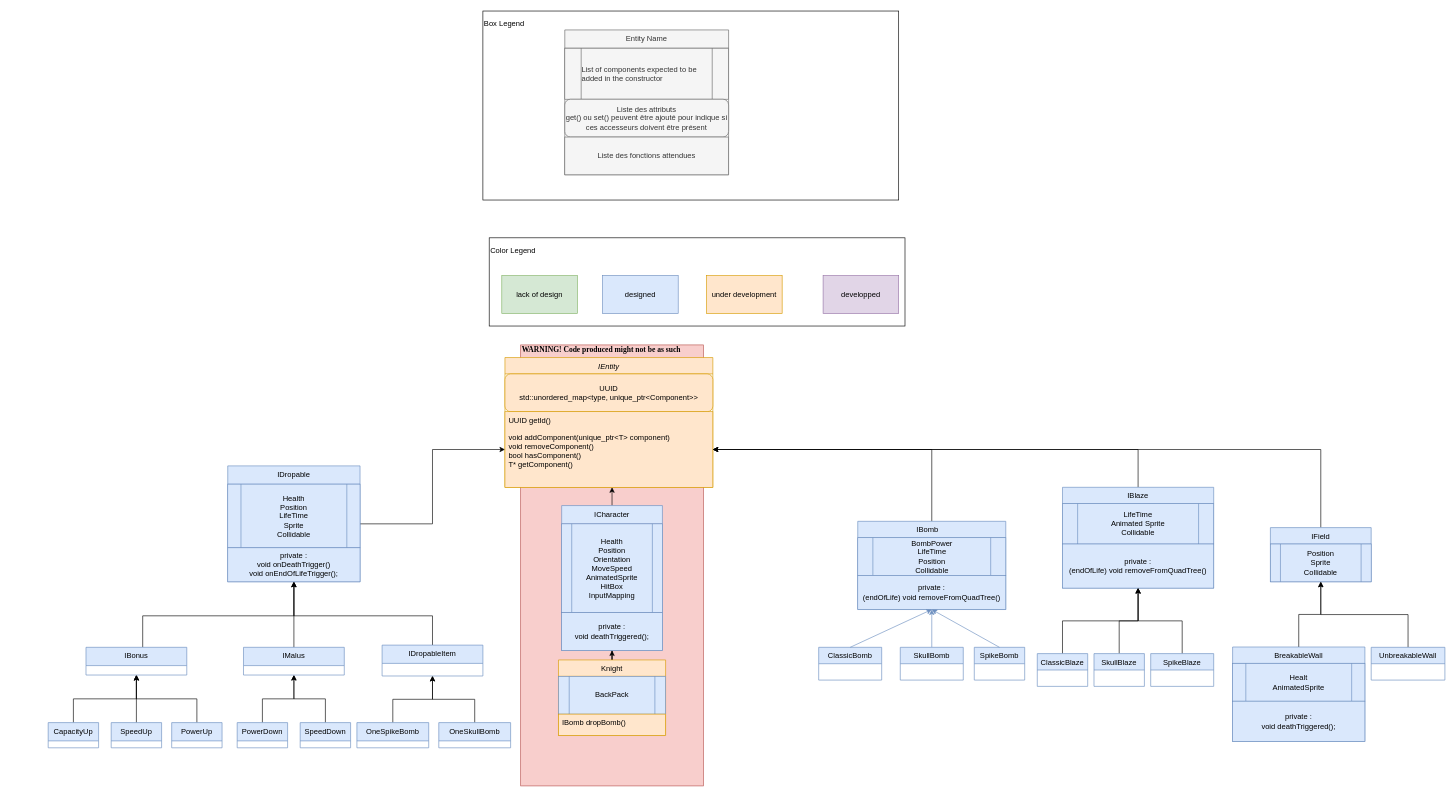
Above: page "Entity" (1 of 6) of doc/UMLGeneralFramework.drawio in Kragoum/BomberKnight (draw.io), before the change. Source tidied: cells renumbered, new cells numbered last; positions are measured from the earlier drawing's top-left corner, leaving out a move shared by most shapes. Both pictures are drawn from the tidied source at 63%, with x=0, y=0 at pixel (48, 11).
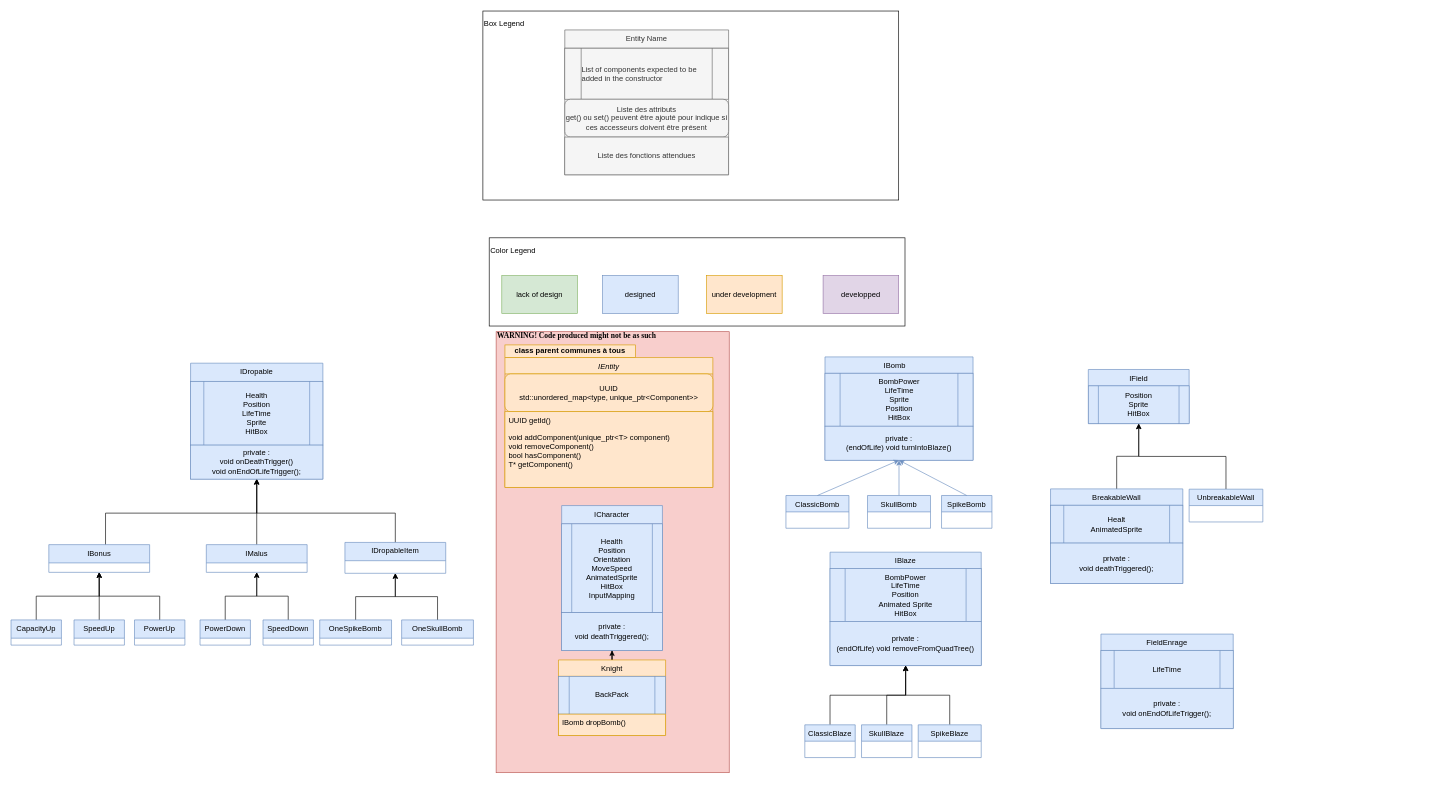
After the change.

The change refers to these unchanged cells:
```xml
<mxCell id="6" value="UUID getId()&#10;&#10;void addComponent(unique_ptr&lt;T&gt; component)&#10;void removeComponent()&#10;bool hasComponent()&#10;T* getComponent()&#10;&#10;&#10;" style="text;align=left;verticalAlign=top;spacingLeft=4;spacingRight=4;overflow=hidden;points=[[0,0.5],[1,0.5]];portConstraint=eastwest;strokeColor=#d79b00;fillColor=#ffe6cc;" parent="4" vertex="1">
  <mxGeometry y="86" width="330" height="120" as="geometry" />
</mxCell>
<mxCell id="55" value="ICharacter" style="swimlane;fontStyle=0;align=center;verticalAlign=top;horizontal=1;startSize=29;rounded=0;shadow=0;strokeWidth=1;fillColor=#dae8fc;strokeColor=#6c8ebf;" parent="1" vertex="1">
  <mxGeometry x="815" y="785" width="160" height="230" as="geometry" />
</mxCell>
```

What changed in the source:
```diff
@@
     <mxCell id="3" value="&lt;p&gt;&lt;b&gt;&lt;font face=&quot;Times New Roman&quot;&gt;WARNING! Code produced might not be as such&lt;/font&gt;&lt;/b&gt;&lt;/p&gt;&lt;p&gt;&lt;b&gt;&lt;font face=&quot;Times New Roman&quot;&gt;&lt;br&gt;&lt;/font&gt;&lt;/b&gt;&lt;/p&gt;&lt;p&gt;&lt;b&gt;&lt;font face=&quot;Times New Roman&quot;&gt;&lt;br&gt;&lt;/font&gt;&lt;/b&gt;&lt;/p&gt;&lt;p&gt;&lt;b&gt;&lt;font face=&quot;Times New Roman&quot;&gt;&lt;br&gt;&lt;/font&gt;&lt;/b&gt;&lt;/p&gt;&lt;p&gt;&lt;b&gt;&lt;font face=&quot;Times New Roman&quot;&gt;&lt;br&gt;&lt;/font&gt;&lt;/b&gt;&lt;/p&gt;&lt;p&gt;&lt;b&gt;&lt;font face=&quot;Times New Roman&quot;&gt;&lt;br&gt;&lt;/font&gt;&lt;/b&gt;&lt;/p&gt;&lt;p&gt;&lt;b&gt;&lt;font face=&quot;Times New Roman&quot;&gt;&lt;br&gt;&lt;/font&gt;&lt;/b&gt;&lt;/p&gt;&lt;p&gt;&lt;b&gt;&lt;font face=&quot;Times New Roman&quot;&gt;&lt;br&gt;&lt;/font&gt;&lt;/b&gt;&lt;/p&gt;&lt;p&gt;&lt;b&gt;&lt;font face=&quot;Times New Roman&quot;&gt;&lt;br&gt;&lt;/font&gt;&lt;/b&gt;&lt;/p&gt;&lt;p&gt;&lt;b&gt;&lt;font face=&quot;Times New Roman&quot;&gt;&lt;br&gt;&lt;/font&gt;&lt;/b&gt;&lt;/p&gt;&lt;p&gt;&lt;b&gt;&lt;font face=&quot;Times New Roman&quot;&gt;&lt;br&gt;&lt;/font&gt;&lt;/b&gt;&lt;/p&gt;&lt;p&gt;&lt;b&gt;&lt;font face=&quot;Times New Roman&quot;&gt;&lt;br&gt;&lt;/font&gt;&lt;/b&gt;&lt;/p&gt;&lt;p&gt;&lt;b&gt;&lt;font face=&quot;Times New Roman&quot;&gt;&lt;br&gt;&lt;/font&gt;&lt;/b&gt;&lt;/p&gt;&lt;p&gt;&lt;b&gt;&lt;font face=&quot;Times New Roman&quot;&gt;&lt;br&gt;&lt;/font&gt;&lt;/b&gt;&lt;/p&gt;&lt;p&gt;&lt;b&gt;&lt;font face=&quot;Times New Roman&quot;&gt;&lt;br&gt;&lt;/font&gt;&lt;/b&gt;&lt;/p&gt;&lt;p&gt;&lt;br&gt;&lt;/p&gt;&lt;p&gt;&lt;br&gt;&lt;/p&gt;&lt;p&gt;&lt;br&gt;&lt;/p&gt;&lt;p&gt;&lt;br&gt;&lt;/p&gt;&lt;p&gt;&lt;br&gt;&lt;/p&gt;&lt;p&gt;&lt;br&gt;&lt;/p&gt;&lt;p&gt;&lt;br&gt;&lt;/p&gt;&lt;p&gt;&lt;br&gt;&lt;/p&gt;&lt;p&gt;&lt;br&gt;&lt;/p&gt;&lt;p&gt;&lt;br&gt;&lt;/p&gt;&lt;p&gt;&lt;br&gt;&lt;/p&gt;&lt;p&gt;&lt;br&gt;&lt;/p&gt;" style="rounded=0;whiteSpace=wrap;html=1;fillColor=#f8cecc;strokeColor=#b85450;align=left;" parent="1" vertex="1">
-      <mxGeometry x="750" y="530" width="290" height="700" as="geometry" />
+      <mxGeometry x="711" y="509" width="370" height="700" as="geometry" />
     </mxCell>
@@
-    <mxCell id="7" style="edgeStyle=orthogonalEdgeStyle;rounded=0;jettySize=auto;html=1;entryX=1;entryY=0.5;entryDx=0;entryDy=0;fontColor=#FFFFFF;" parent="1" edge="1" source="8" target="6">
-      <mxGeometry relative="1" as="geometry" />
-    </mxCell>
     <mxCell id="8" value="IField" style="swimlane;fontStyle=0;align=center;verticalAlign=top;horizontal=1;startSize=26;rounded=0;shadow=0;strokeWidth=1;fillColor=#dae8fc;strokeColor=#6c8ebf;" parent="1" vertex="1">
-      <mxGeometry x="1940" y="820" width="160" height="86" as="geometry" />
+      <mxGeometry x="1651" y="569" width="160" height="86" as="geometry" />
     </mxCell>
-    <mxCell id="9" value="Position&lt;br&gt;Sprite&lt;br&gt;Collidable" style="shape=process;whiteSpace=wrap;html=1;backgroundOutline=1;labelBackgroundColor=none;fillColor=#dae8fc;strokeColor=#6c8ebf;" parent="8" vertex="1">
+    <mxCell id="9" value="Position&lt;br&gt;Sprite&lt;br&gt;HitBox" style="shape=process;whiteSpace=wrap;html=1;backgroundOutline=1;labelBackgroundColor=none;fillColor=#dae8fc;strokeColor=#6c8ebf;" parent="8" vertex="1">
       <mxGeometry y="26" width="160" height="60" as="geometry" />
     </mxCell>
@@
     <mxCell id="11" value="BreakableWall" style="swimlane;fontStyle=0;align=center;verticalAlign=top;horizontal=1;startSize=26;rounded=0;shadow=0;strokeWidth=1;fillColor=#dae8fc;strokeColor=#6c8ebf;" parent="1" vertex="1">
-      <mxGeometry x="1880" y="1009.5" width="210" height="150" as="geometry" />
+      <mxGeometry x="1591" y="758.5" width="210" height="150" as="geometry" />
     </mxCell>
@@
     <mxCell id="15" value="UnbreakableWall" style="swimlane;fontStyle=0;align=center;verticalAlign=top;horizontal=1;startSize=26;rounded=0;shadow=0;strokeWidth=1;fillColor=#dae8fc;strokeColor=#6c8ebf;" parent="1" vertex="1">
-      <mxGeometry x="2100" y="1010" width="117" height="52" as="geometry" />
+      <mxGeometry x="1811" y="759" width="117" height="52" as="geometry" />
     </mxCell>
-    <mxCell id="16" style="edgeStyle=orthogonalEdgeStyle;rounded=0;jettySize=auto;html=1;entryX=1;entryY=0.5;entryDx=0;entryDy=0;fontColor=#FFFFFF;" parent="1" edge="1" source="17" target="6">
-      <mxGeometry relative="1" as="geometry" />
-    </mxCell>
     <mxCell id="17" value="IBomb    " style="swimlane;fontStyle=0;align=center;verticalAlign=top;horizontal=1;startSize=26;rounded=0;shadow=0;strokeWidth=1;fillColor=#dae8fc;strokeColor=#6c8ebf;" parent="1" vertex="1">
-      <mxGeometry x="1285" y="810" width="235" height="140" as="geometry" />
+      <mxGeometry x="1233" y="549" width="235" height="164" as="geometry" />
     </mxCell>
-    <mxCell id="18" value="&lt;span style=&quot;text-align: left;&quot;&gt;BombPower&lt;/span&gt;&lt;br&gt;LifeTime&lt;br&gt;Position&lt;br&gt;Collidable" style="shape=process;whiteSpace=wrap;html=1;backgroundOutline=1;labelBackgroundColor=none;fillColor=#dae8fc;strokeColor=#6c8ebf;" parent="17" vertex="1">
-      <mxGeometry y="26" width="235" height="60" as="geometry" />
+    <mxCell id="18" value="&lt;span style=&quot;text-align: left;&quot;&gt;BombPower&lt;/span&gt;&lt;br&gt;LifeTime&lt;br&gt;Sprite&lt;br&gt;Position&lt;br&gt;HitBox" style="shape=process;whiteSpace=wrap;html=1;backgroundOutline=1;labelBackgroundColor=none;fillColor=#dae8fc;strokeColor=#6c8ebf;" parent="17" vertex="1">
+      <mxGeometry y="26" width="235" height="84" as="geometry" />
     </mxCell>
-    <mxCell id="19" value="private :&lt;br&gt;(endOfLife) void removeFromQuadTree()" style="rounded=0;whiteSpace=wrap;html=1;fillColor=#dae8fc;strokeColor=#6c8ebf;" parent="17" vertex="1">
-      <mxGeometry y="86" width="235" height="54" as="geometry" />
+    <mxCell id="19" value="private :&lt;br&gt;(endOfLife) void turnIntoBlaze()" style="rounded=0;whiteSpace=wrap;html=1;fillColor=#dae8fc;strokeColor=#6c8ebf;" parent="17" vertex="1">
+      <mxGeometry y="110" width="235" height="54" as="geometry" />
     </mxCell>
     <mxCell id="20" value="ClassicBomb" style="swimlane;fontStyle=0;align=center;verticalAlign=top;horizontal=1;startSize=26;rounded=0;shadow=0;strokeWidth=1;fillColor=#dae8fc;strokeColor=#6c8ebf;" parent="1" vertex="1">
-      <mxGeometry x="1223" y="1010" width="100" height="52" as="geometry" />
+      <mxGeometry x="1171" y="769" width="100" height="52" as="geometry" />
     </mxCell>
     <mxCell id="21" value="SpikeBomb" style="swimlane;fontStyle=0;align=center;verticalAlign=top;horizontal=1;startSize=26;rounded=0;shadow=0;strokeWidth=1;fillColor=#dae8fc;strokeColor=#6c8ebf;" parent="1" vertex="1">
-      <mxGeometry x="1470" y="1010" width="80" height="52" as="geometry" />
+      <mxGeometry x="1418" y="769" width="80" height="52" as="geometry" />
     </mxCell>
@@
     <mxCell id="25" value="SkullBomb" style="swimlane;fontStyle=0;align=center;verticalAlign=top;horizontal=1;startSize=26;rounded=0;shadow=0;strokeWidth=1;fillColor=#dae8fc;strokeColor=#6c8ebf;" parent="1" vertex="1">
-      <mxGeometry x="1352.5" y="1010" width="100" height="52" as="geometry" />
+      <mxGeometry x="1300.5" y="769" width="100" height="52" as="geometry" />
     </mxCell>
@@
     <mxCell id="31" value="PowerUp" style="swimlane;fontStyle=0;align=center;verticalAlign=top;horizontal=1;startSize=29;rounded=0;shadow=0;strokeWidth=1;fillColor=#dae8fc;strokeColor=#6c8ebf;" parent="1" vertex="1">
-      <mxGeometry x="196" y="1129.5" width="80" height="40" as="geometry" />
+      <mxGeometry x="137" y="966.5" width="80" height="40" as="geometry" />
     </mxCell>
@@
     <mxCell id="33" value="SpeedUp" style="swimlane;fontStyle=0;align=center;verticalAlign=top;horizontal=1;startSize=29;rounded=0;shadow=0;strokeWidth=1;fillColor=#dae8fc;strokeColor=#6c8ebf;" parent="1" vertex="1">
-      <mxGeometry x="100" y="1129.5" width="80" height="40" as="geometry" />
+      <mxGeometry x="41" y="966.5" width="80" height="40" as="geometry" />
     </mxCell>
@@
     <mxCell id="35" value="CapacityUp" style="swimlane;fontStyle=0;align=center;verticalAlign=top;horizontal=1;startSize=29;rounded=0;shadow=0;strokeWidth=1;fillColor=#dae8fc;strokeColor=#6c8ebf;" parent="1" vertex="1">
-      <mxGeometry y="1129.5" width="80" height="40" as="geometry" />
+      <mxGeometry x="-59" y="966.5" width="80" height="40" as="geometry" />
     </mxCell>
@@
     <mxCell id="37" value="OneSpikeBomb" style="swimlane;fontStyle=0;align=center;verticalAlign=top;horizontal=1;startSize=29;rounded=0;shadow=0;strokeWidth=1;fillColor=#dae8fc;strokeColor=#6c8ebf;" parent="1" vertex="1">
-      <mxGeometry x="490" y="1129.5" width="114" height="40" as="geometry" />
+      <mxGeometry x="431" y="966.5" width="114" height="40" as="geometry" />
     </mxCell>
@@
     <mxCell id="40" value="PowerDown" style="swimlane;fontStyle=0;align=center;verticalAlign=top;horizontal=1;startSize=29;rounded=0;shadow=0;strokeWidth=1;fillColor=#dae8fc;strokeColor=#6c8ebf;" parent="1" vertex="1">
-      <mxGeometry x="300" y="1129.5" width="80" height="40" as="geometry" />
+      <mxGeometry x="241" y="966.5" width="80" height="40" as="geometry" />
     </mxCell>
     <mxCell id="41" style="edgeStyle=orthogonalEdgeStyle;rounded=0;jettySize=auto;html=1;entryX=0.5;entryY=1;entryDx=0;entryDy=0;" parent="1" edge="1" source="42" target="49">
       <mxGeometry relative="1" as="geometry">
         <Array as="points">
-          <mxPoint x="610" y="960" />
-          <mxPoint x="390" y="960" />
+          <mxPoint x="551" y="797" />
+          <mxPoint x="331" y="797" />
         </Array>
       </mxGeometry>
     </mxCell>
     <mxCell id="42" value="IDropableItem" style="swimlane;fontStyle=0;align=center;verticalAlign=top;horizontal=1;startSize=29;rounded=0;shadow=0;strokeWidth=1;fillColor=#dae8fc;strokeColor=#6c8ebf;" parent="1" vertex="1">
-      <mxGeometry x="530" y="1006.5" width="160" height="49" as="geometry" />
+      <mxGeometry x="471" y="843.5" width="160" height="49" as="geometry" />
     </mxCell>
     <mxCell id="43" style="edgeStyle=orthogonalEdgeStyle;rounded=0;jettySize=auto;html=1;entryX=0.5;entryY=1;entryDx=0;entryDy=0;" parent="1" edge="1" source="44" target="49">
       <mxGeometry relative="1" as="geometry">
         <Array as="points">
-          <mxPoint x="150" y="960" />
-          <mxPoint x="390" y="960" />
+          <mxPoint x="91" y="797" />
+          <mxPoint x="331" y="797" />
         </Array>
       </mxGeometry>
     </mxCell>
     <mxCell id="44" value="IBonus" style="swimlane;fontStyle=0;align=center;verticalAlign=top;horizontal=1;startSize=29;rounded=0;shadow=0;strokeWidth=1;fillColor=#dae8fc;strokeColor=#6c8ebf;" parent="1" vertex="1">
-      <mxGeometry x="60" y="1010" width="160" height="44" as="geometry" />
+      <mxGeometry x="1" y="847" width="160" height="44" as="geometry" />
     </mxCell>
     <mxCell id="45" value="SpeedDown" style="swimlane;fontStyle=0;align=center;verticalAlign=top;horizontal=1;startSize=29;rounded=0;shadow=0;strokeWidth=1;fillColor=#dae8fc;strokeColor=#6c8ebf;" parent="1" vertex="1">
-      <mxGeometry x="400" y="1129.5" width="80" height="40" as="geometry" />
+      <mxGeometry x="341" y="966.5" width="80" height="40" as="geometry" />
     </mxCell>
@@
     <mxCell id="47" value="OneSkullBomb" style="swimlane;fontStyle=0;align=center;verticalAlign=top;horizontal=1;startSize=29;rounded=0;shadow=0;strokeWidth=1;fillColor=#dae8fc;strokeColor=#6c8ebf;" parent="1" vertex="1">
-      <mxGeometry x="620" y="1129.5" width="114" height="40" as="geometry" />
+      <mxGeometry x="561" y="966.5" width="114" height="40" as="geometry" />
     </mxCell>
-    <mxCell id="48" style="edgeStyle=orthogonalEdgeStyle;rounded=0;jettySize=auto;html=1;" parent="1" edge="1" source="49" target="6">
-      <mxGeometry relative="1" as="geometry" />
-    </mxCell>
     <mxCell id="49" value="IDropable" style="swimlane;fontStyle=0;align=center;verticalAlign=top;horizontal=1;startSize=29;rounded=0;shadow=0;strokeWidth=1;fillColor=#dae8fc;strokeColor=#6c8ebf;" parent="1" vertex="1">
-      <mxGeometry x="285" y="722" width="210" height="184" as="geometry" />
+      <mxGeometry x="226" y="559" width="210" height="184" as="geometry" />
     </mxCell>
-    <mxCell id="50" value="&lt;span style=&quot;text-align: left;&quot;&gt;Health&lt;/span&gt;&lt;br&gt;Position&lt;br&gt;LifeTime&lt;br&gt;Sprite&lt;br&gt;Collidable" style="shape=process;whiteSpace=wrap;html=1;backgroundOutline=1;labelBackgroundColor=none;fillColor=#dae8fc;strokeColor=#6c8ebf;" parent="49" vertex="1">
+    <mxCell id="50" value="&lt;span style=&quot;text-align: left;&quot;&gt;Health&lt;/span&gt;&lt;br&gt;Position&lt;br&gt;LifeTime&lt;br&gt;Sprite&lt;br&gt;HitBox" style="shape=process;whiteSpace=wrap;html=1;backgroundOutline=1;labelBackgroundColor=none;fillColor=#dae8fc;strokeColor=#6c8ebf;" parent="49" vertex="1">
       <mxGeometry y="29" width="210" height="101" as="geometry" />
     </mxCell>
@@
     <mxCell id="53" value="IMalus" style="swimlane;fontStyle=0;align=center;verticalAlign=top;horizontal=1;startSize=29;rounded=0;shadow=0;strokeWidth=1;fillColor=#dae8fc;strokeColor=#6c8ebf;" parent="1" vertex="1">
-      <mxGeometry x="310" y="1010" width="160" height="44" as="geometry" />
+      <mxGeometry x="251" y="847" width="160" height="44" as="geometry" />
     </mxCell>
-    <mxCell id="54" style="edgeStyle=orthogonalEdgeStyle;rounded=0;jettySize=auto;html=1;" parent="1" edge="1" source="55" target="6">
-      <mxGeometry relative="1" as="geometry">
-        <Array as="points">
-          <mxPoint x="970" y="740" />
-          <mxPoint x="970" y="740" />
-        </Array>
-      </mxGeometry>
-    </mxCell>
@@
-    <mxCell id="58" style="edgeStyle=orthogonalEdgeStyle;rounded=0;jettySize=auto;html=1;entryX=1;entryY=0.5;entryDx=0;entryDy=0;fontColor=#FFFFFF;" parent="1" edge="1" source="59" target="6">
-      <mxGeometry relative="1" as="geometry">
-        <Array as="points">
-          <mxPoint x="1730" y="696" />
-        </Array>
-      </mxGeometry>
-    </mxCell>
     <mxCell id="59" value="IBlaze" style="swimlane;fontStyle=0;align=center;verticalAlign=top;horizontal=1;startSize=26;rounded=0;shadow=0;strokeWidth=1;fillColor=#dae8fc;strokeColor=#6c8ebf;" parent="1" vertex="1">
-      <mxGeometry x="1610" y="756" width="240" height="160" as="geometry" />
+      <mxGeometry x="1241" y="859" width="240" height="180" as="geometry" />
     </mxCell>
-    <mxCell id="60" value="&lt;span style=&quot;&quot;&gt;LifeTime&lt;/span&gt;&lt;br style=&quot;&quot;&gt;&lt;span style=&quot;&quot;&gt;Animated Sprite&lt;br&gt;&lt;/span&gt;Collidable&lt;span style=&quot;&quot;&gt;&lt;br&gt;&lt;/span&gt;" style="shape=process;whiteSpace=wrap;html=1;backgroundOutline=1;labelBackgroundColor=none;fillColor=#dae8fc;strokeColor=#6c8ebf;" parent="59" vertex="1">
-      <mxGeometry y="26" width="240" height="64" as="geometry" />
+    <mxCell id="60" value="&lt;span style=&quot;text-align: left;&quot;&gt;BombPower&lt;/span&gt;&lt;span style=&quot;&quot;&gt;&lt;br&gt;LifeTime&lt;br&gt;&lt;/span&gt;Position&lt;br style=&quot;&quot;&gt;&lt;span style=&quot;&quot;&gt;Animated Sprite&lt;br&gt;&lt;/span&gt;HitBox&lt;span style=&quot;&quot;&gt;&lt;br&gt;&lt;/span&gt;" style="shape=process;whiteSpace=wrap;html=1;backgroundOutline=1;labelBackgroundColor=none;fillColor=#dae8fc;strokeColor=#6c8ebf;" parent="59" vertex="1">
+      <mxGeometry y="26" width="240" height="84" as="geometry" />
     </mxCell>
     <mxCell id="61" value="private :&lt;br&gt;(endOfLife) void removeFromQuadTree()" style="rounded=0;whiteSpace=wrap;html=1;labelBackgroundColor=none;fontFamily=Helvetica;fillColor=#dae8fc;strokeColor=#6c8ebf;" parent="59" vertex="1">
-      <mxGeometry y="90" width="240" height="70" as="geometry" />
+      <mxGeometry y="110" width="240" height="70" as="geometry" />
     </mxCell>
@@
     <mxCell id="63" value="ClassicBlaze" style="swimlane;fontStyle=0;align=center;verticalAlign=top;horizontal=1;startSize=26;rounded=0;shadow=0;strokeWidth=1;fillColor=#dae8fc;strokeColor=#6c8ebf;" parent="1" vertex="1">
-      <mxGeometry x="1570" y="1020" width="80" height="52" as="geometry" />
+      <mxGeometry x="1201" y="1133" width="80" height="52" as="geometry" />
     </mxCell>
@@
     <mxCell id="65" value="SpikeBlaze" style="swimlane;fontStyle=0;align=center;verticalAlign=top;horizontal=1;startSize=26;rounded=0;shadow=0;strokeWidth=1;fillColor=#dae8fc;strokeColor=#6c8ebf;" parent="1" vertex="1">
-      <mxGeometry x="1750" y="1020" width="100" height="52" as="geometry" />
+      <mxGeometry x="1381" y="1133" width="100" height="52" as="geometry" />
     </mxCell>
@@
     <mxCell id="67" value="SkullBlaze" style="swimlane;fontStyle=0;align=center;verticalAlign=top;horizontal=1;startSize=26;rounded=0;shadow=0;strokeWidth=1;fillColor=#dae8fc;strokeColor=#6c8ebf;" parent="1" vertex="1">
-      <mxGeometry x="1660" y="1020" width="80" height="52" as="geometry" />
+      <mxGeometry x="1291" y="1133" width="80" height="52" as="geometry" />
     </mxCell>
@@
+    <mxCell id="78" value="&lt;b&gt;class parent communes à tous&lt;/b&gt;" style="rounded=0;whiteSpace=wrap;html=1;fillColor=#ffe6cc;strokeColor=#d79b00;" parent="1" vertex="1">
+      <mxGeometry x="725" y="530" width="207" height="20" as="geometry" />
+    </mxCell>
+    <mxCell id="79" value="FieldEnrage" style="swimlane;fontStyle=0;align=center;verticalAlign=top;horizontal=1;startSize=26;rounded=0;shadow=0;strokeWidth=1;fillColor=#dae8fc;strokeColor=#6c8ebf;" parent="1" vertex="1">
+      <mxGeometry x="1671" y="989" width="210" height="150" as="geometry" />
+    </mxCell>
+    <mxCell id="80" value="LifeTime" style="shape=process;whiteSpace=wrap;html=1;backgroundOutline=1;labelBackgroundColor=none;fillColor=#dae8fc;strokeColor=#6c8ebf;" parent="79" vertex="1">
+      <mxGeometry y="26" width="210" height="60" as="geometry" />
+    </mxCell>
+    <mxCell id="81" value="private :&lt;br&gt;void onEndOfLifeTrigger();" style="rounded=0;whiteSpace=wrap;html=1;fillColor=#dae8fc;strokeColor=#6c8ebf;" parent="79" vertex="1">
+      <mxGeometry y="86" width="210" height="64" as="geometry" />
+    </mxCell>
```
